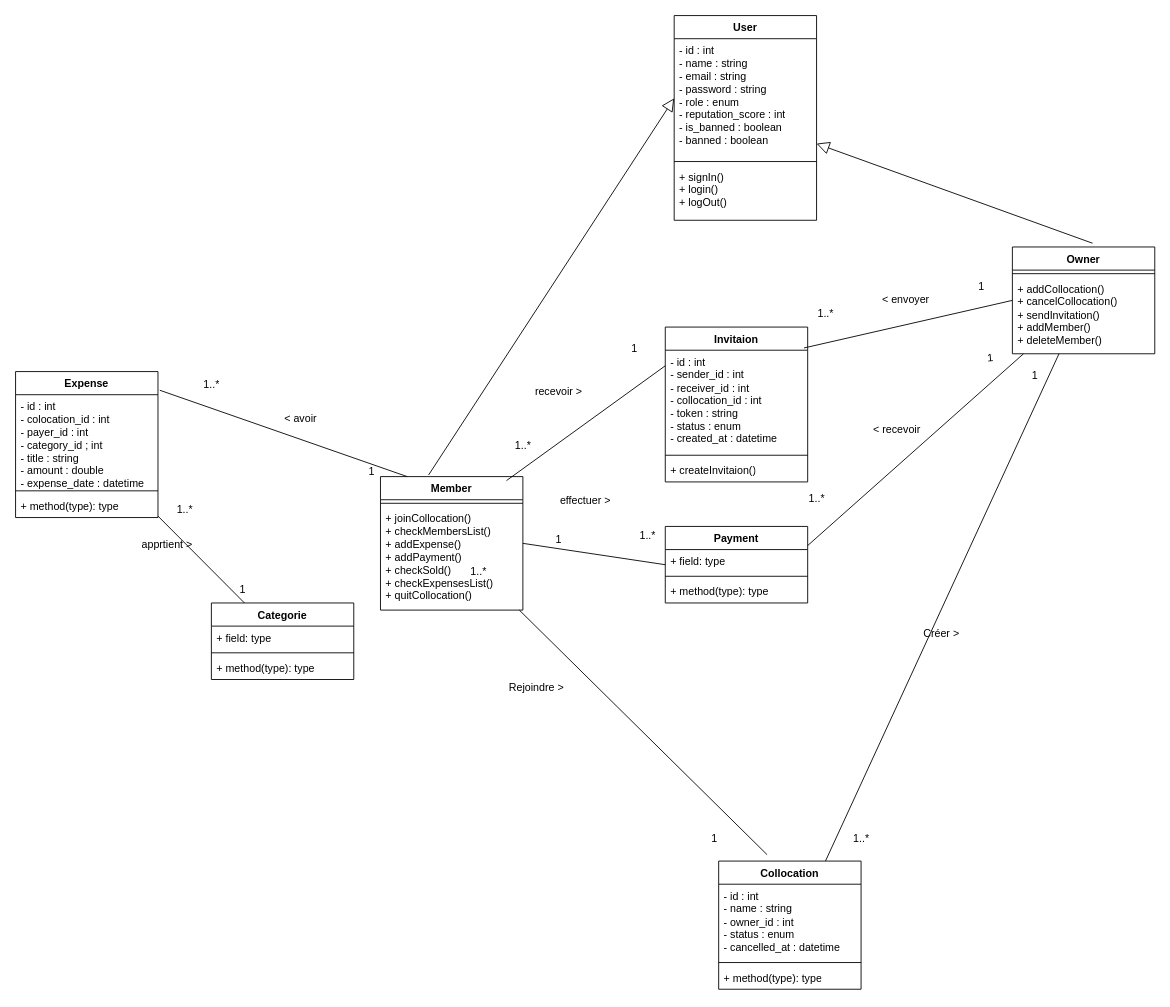
Earlier version of the draw.io diagram UML/ClassDiagram.drawio (mo24ali/easycoloc). Source tidied: cells renumbered, new cells numbered last; positions are measured from the earlier drawing's top-left corner, leaving out a move shared by most shapes. Both pictures are drawn from the tidied source at 89%, with x=0, y=0 at pixel (15, 15).
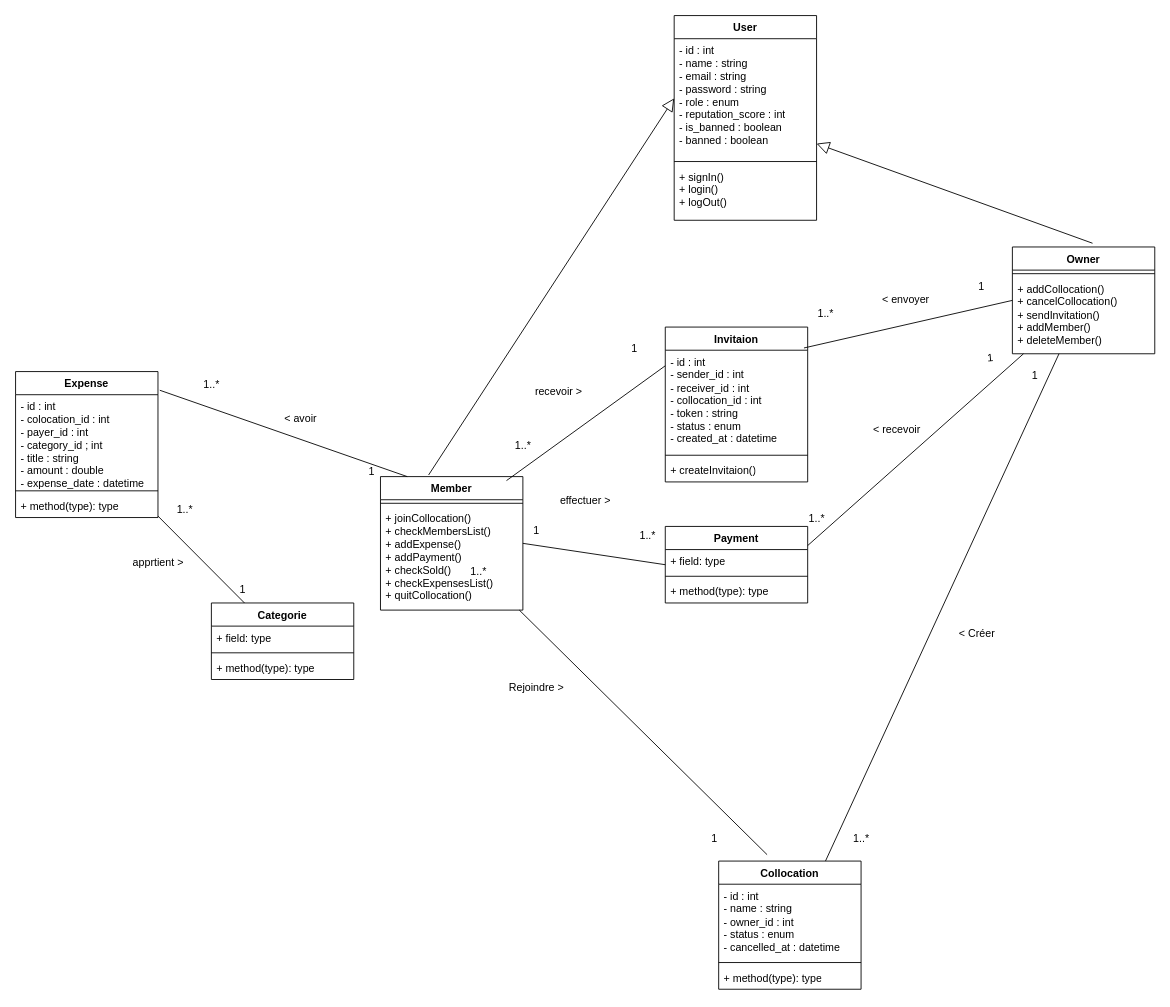
The same diagram, later.

Diff of the diagram source:
```diff
@@
-    <mxCell id="23" value="Créer &amp;gt;" style="text;html=1;align=center;verticalAlign=middle;strokeColor=none;fillColor=none;" parent="1" vertex="1">
-      <mxGeometry x="1010" y="680" width="60" height="30" as="geometry" />
+    <mxCell id="23" value="&amp;lt; Créer" style="text;html=1;align=center;verticalAlign=middle;strokeColor=none;fillColor=none;" parent="1" vertex="1">
+      <mxGeometry x="1050" y="680" width="60" height="30" as="geometry" />
     </mxCell>
@@
     <mxCell id="53" value="apprtient &amp;gt;" style="text;html=1;align=center;verticalAlign=middle;strokeColor=none;fillColor=none;" parent="1" vertex="1">
-      <mxGeometry x="130" y="580" width="80" height="30" as="geometry" />
+      <mxGeometry x="120" y="600" width="80" height="30" as="geometry" />
     </mxCell>
@@
     <mxCell id="55" value="1" style="text;html=1;align=center;verticalAlign=middle;strokeColor=none;fillColor=none;" parent="1" vertex="1">
-      <mxGeometry x="595" y="574" width="30" height="30" as="geometry" />
+      <mxGeometry x="570" y="564" width="30" height="30" as="geometry" />
     </mxCell>
     <mxCell id="56" value="1..*" style="text;html=1;align=center;verticalAlign=middle;strokeColor=none;fillColor=none;" parent="1" vertex="1">
-      <mxGeometry x="880" y="528" width="40" height="30" as="geometry" />
+      <mxGeometry x="880" y="550" width="40" height="30" as="geometry" />
     </mxCell>
```
